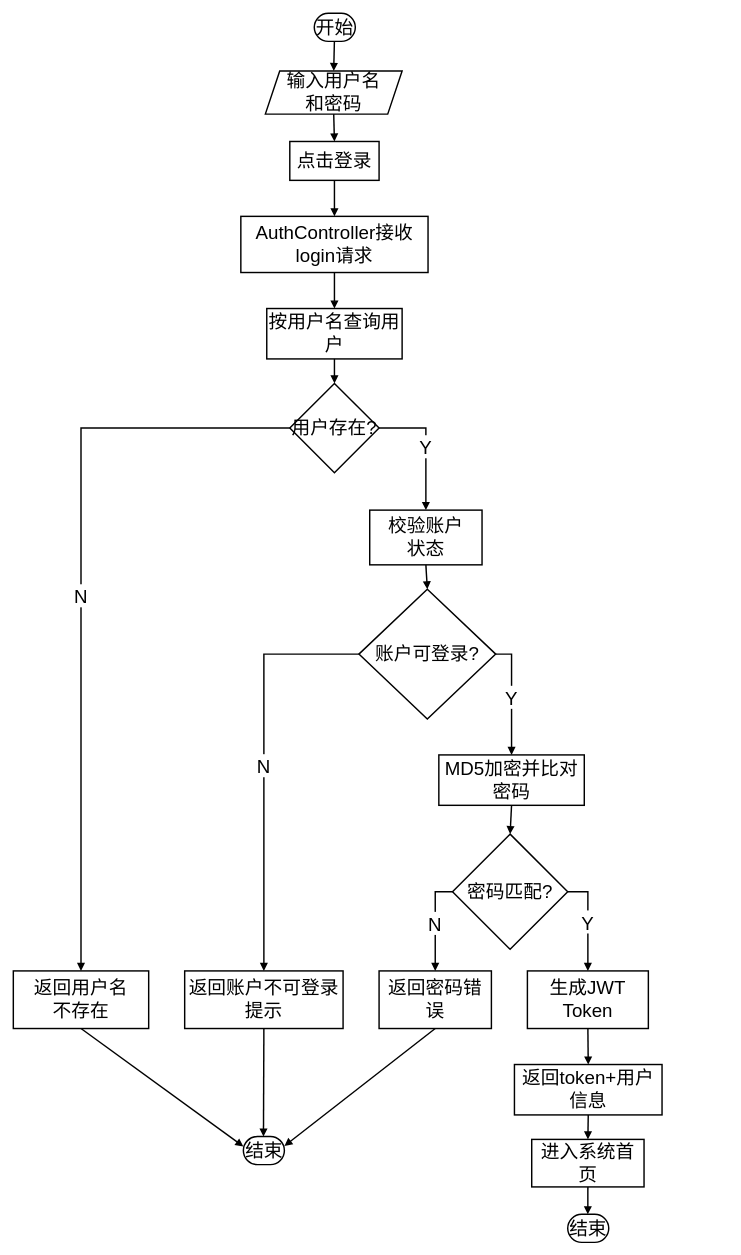
Earlier version of the draw.io diagram 用户登录流程图.drawio (LichCarlos/darwIo). Source tidied: cells renumbered, new cells numbered last; positions are measured from the earlier drawing's top-left corner, leaving out a move shared by most shapes. Both pictures are drawn from the tidied source at 72%, with x=0, y=0 at pixel (13, -425).
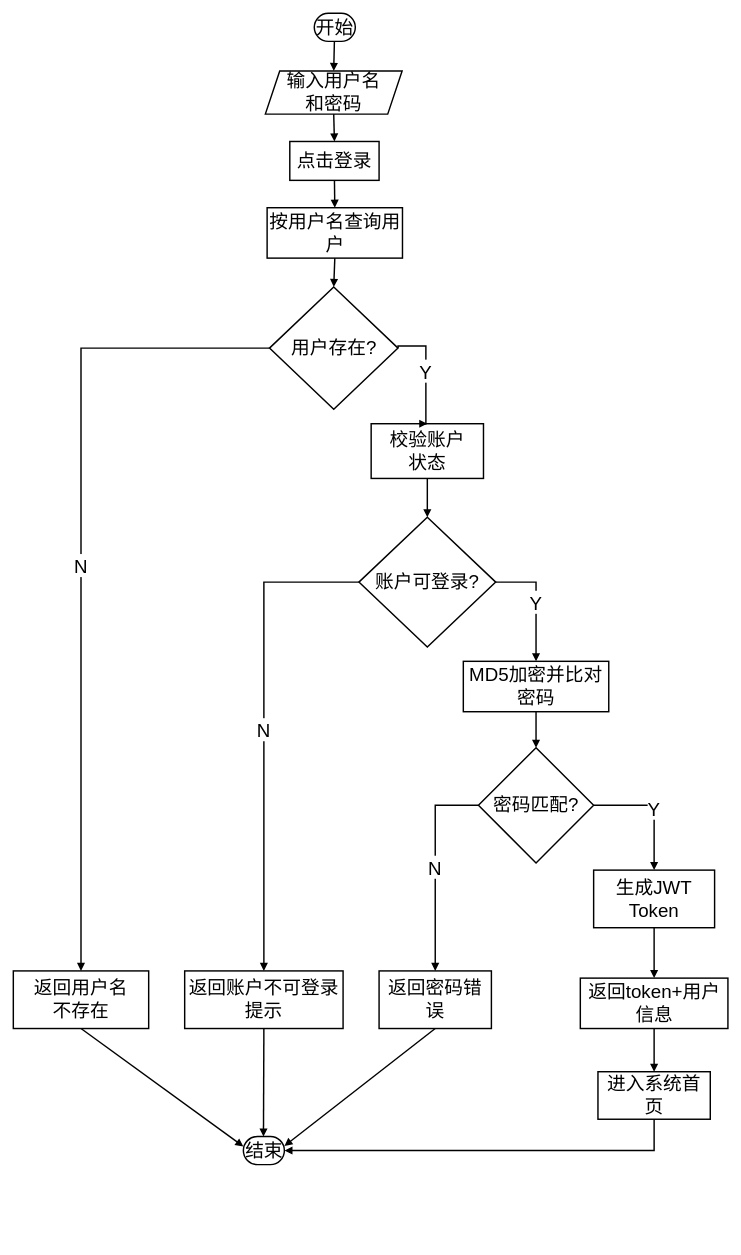
After the change.

Commit message:
更新用户登录流程图.drawio

Unchanged cells that the change refers to:
```xml
<mxCell id="7" value="点击登录" style="whiteSpace=wrap;strokeWidth=2;fontSize=26;" parent="1" vertex="1">
  <mxGeometry x="384" y="786" width="124" height="54" as="geometry" />
</mxCell>
<mxCell id="12" value="结束" style="rounded=1;whiteSpace=wrap;arcSize=50;strokeWidth=2;fontSize=26;" parent="1" vertex="1">
  <mxGeometry x="319.5" y="2168" width="57" height="39" as="geometry" />
</mxCell>
```

Diff of the diagram source:
```diff
@@
-    <mxCell id="8" value="AuthController接收login请求" style="whiteSpace=wrap;strokeWidth=2;fontSize=26;" parent="1" vertex="1">
-      <mxGeometry x="316" y="890" width="260" height="78" as="geometry" />
-    </mxCell>
     <mxCell id="9" value="按用户名查询用户" style="whiteSpace=wrap;strokeWidth=2;fontSize=26;" parent="1" vertex="1">
-      <mxGeometry x="352" y="1018" width="188" height="70" as="geometry" />
+      <mxGeometry x="352.5" y="878" width="188" height="70" as="geometry" />
     </mxCell>
     <mxCell id="10" value="用户存在?" style="rhombus;strokeWidth=2;whiteSpace=wrap;fontSize=26;" parent="1" vertex="1">
-      <mxGeometry x="384" y="1122" width="124" height="124" as="geometry" />
+      <mxGeometry x="355.8" y="988" width="178.5" height="170" as="geometry" />
     </mxCell>
@@
     <mxCell id="13" value="校验账户&#10;状态" style="whiteSpace=wrap;strokeWidth=2;fontSize=26;" parent="1" vertex="1">
-      <mxGeometry x="495" y="1298" width="156" height="76" as="geometry" />
+      <mxGeometry x="497" y="1178" width="156" height="76" as="geometry" />
     </mxCell>
     <mxCell id="14" value="账户可登录?" style="rhombus;strokeWidth=2;whiteSpace=wrap;fontSize=26;" parent="1" vertex="1">
-      <mxGeometry x="480" y="1408" width="190" height="180" as="geometry" />
+      <mxGeometry x="480" y="1308" width="190" height="180" as="geometry" />
     </mxCell>
@@
     <mxCell id="16" value="MD5加密并比对密码" style="whiteSpace=wrap;strokeWidth=2;fontSize=26;" parent="1" vertex="1">
-      <mxGeometry x="591" y="1638" width="202" height="70" as="geometry" />
+      <mxGeometry x="625" y="1508" width="202" height="70" as="geometry" />
     </mxCell>
     <mxCell id="17" value="密码匹配?" style="rhombus;strokeWidth=2;whiteSpace=wrap;fontSize=26;" parent="1" vertex="1">
-      <mxGeometry x="610" y="1748" width="160" height="160" as="geometry" />
+      <mxGeometry x="646" y="1628" width="160" height="160" as="geometry" />
     </mxCell>
@@
     <mxCell id="19" value="生成JWT Token" style="whiteSpace=wrap;strokeWidth=2;fontSize=26;" parent="1" vertex="1">
-      <mxGeometry x="714" y="1938" width="168" height="80" as="geometry" />
+      <mxGeometry x="806" y="1798" width="168" height="80" as="geometry" />
     </mxCell>
     <mxCell id="20" value="返回token+用户信息" style="whiteSpace=wrap;strokeWidth=2;fontSize=26;" parent="1" vertex="1">
-      <mxGeometry x="696" y="2068" width="205" height="70" as="geometry" />
+      <mxGeometry x="787.5" y="1948" width="205" height="70" as="geometry" />
     </mxCell>
     <mxCell id="21" value="进入系统首页" style="whiteSpace=wrap;strokeWidth=2;fontSize=26;" parent="1" vertex="1">
-      <mxGeometry x="720" y="2172" width="156" height="66" as="geometry" />
+      <mxGeometry x="812" y="2078" width="156" height="66" as="geometry" />
     </mxCell>
-    <mxCell id="22" value="结束" style="rounded=1;whiteSpace=wrap;arcSize=50;strokeWidth=2;fontSize=26;" parent="1" vertex="1">
-      <mxGeometry x="770" y="2276" width="57" height="39" as="geometry" />
-    </mxCell>
@@
-    <mxCell id="25" style="curved=1;startArrow=none;endArrow=block;strokeWidth=2;exitX=0.5;exitY=1;entryX=0.5;entryY=0;rounded=0;fontSize=26;" parent="1" edge="1" source="7" target="8">
+    <mxCell id="25" style="curved=1;startArrow=none;endArrow=block;strokeWidth=2;exitX=0.5;exitY=1;entryX=0.5;entryY=0;rounded=0;fontSize=26;entryDx=0;entryDy=0;" parent="1" edge="1" source="7" target="9">
       <mxGeometry relative="1" as="geometry" />
     </mxCell>
-    <mxCell id="26" style="curved=1;startArrow=none;endArrow=block;strokeWidth=2;exitX=0.5;exitY=1;entryX=0.5;entryY=0;rounded=0;fontSize=26;" parent="1" edge="1" source="8" target="9">
-      <mxGeometry relative="1" as="geometry" />
-    </mxCell>
@@
     <mxCell id="30" value="Y" style="startArrow=none;endArrow=block;strokeWidth=2;exitX=1;exitY=0.5;entryX=0.5;entryY=0;rounded=0;fontSize=26;edgeStyle=orthogonalEdgeStyle;exitDx=0;exitDy=0;" parent="1" edge="1" source="10" target="13">
       <mxGeometry relative="1" as="geometry">
         <Array as="points">
-          <mxPoint x="573" y="1184" />
+          <mxPoint x="573" y="1070" />
         </Array>
       </mxGeometry>
     </mxCell>
@@
-    <mxCell id="41" style="curved=1;startArrow=none;endArrow=block;strokeWidth=2;exitX=0.5;exitY=0.99;entryX=0.49;entryY=-0.01;rounded=0;fontSize=26;" parent="1" edge="1" source="21" target="22">
+    <mxCell id="41" style="startArrow=none;endArrow=block;strokeWidth=2;exitX=0.5;exitY=0.99;entryX=1;entryY=0.5;rounded=0;fontSize=26;entryDx=0;entryDy=0;edgeStyle=orthogonalEdgeStyle;" parent="1" edge="1" source="21" target="12">
       <mxGeometry relative="1" as="geometry" />
     </mxCell>
```
